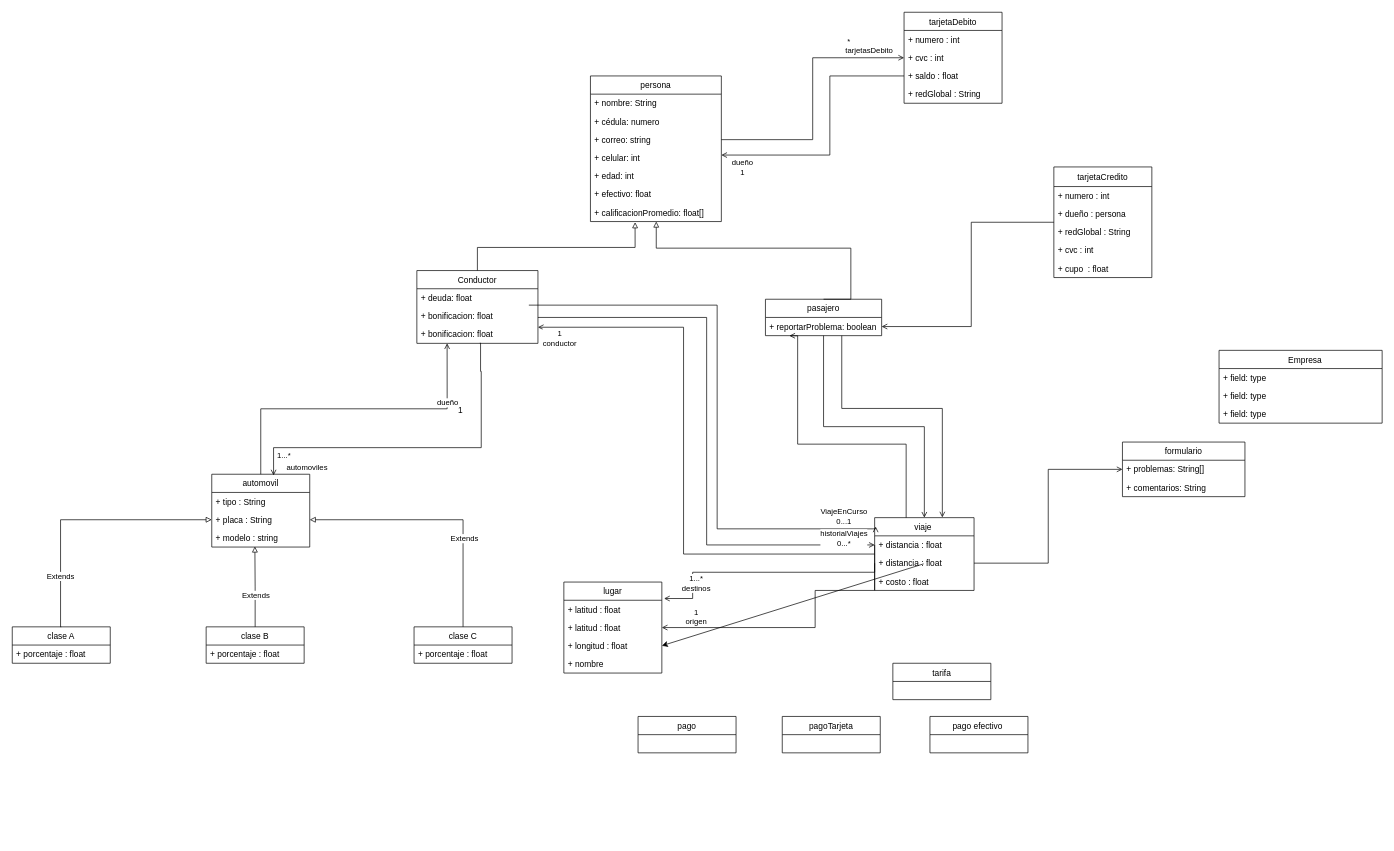
DPOO2022-1-SEC04-G08/Taller2 keeps this draw.io diagram as Untitled Diagram.drawio. Above is the earlier version. Source tidied: cells renumbered, new cells numbered last; positions are measured from the earlier drawing's top-left corner, leaving out a move shared by most shapes. Both pictures are drawn from the tidied source at 70%, with x=0, y=0 at pixel (12, 12).
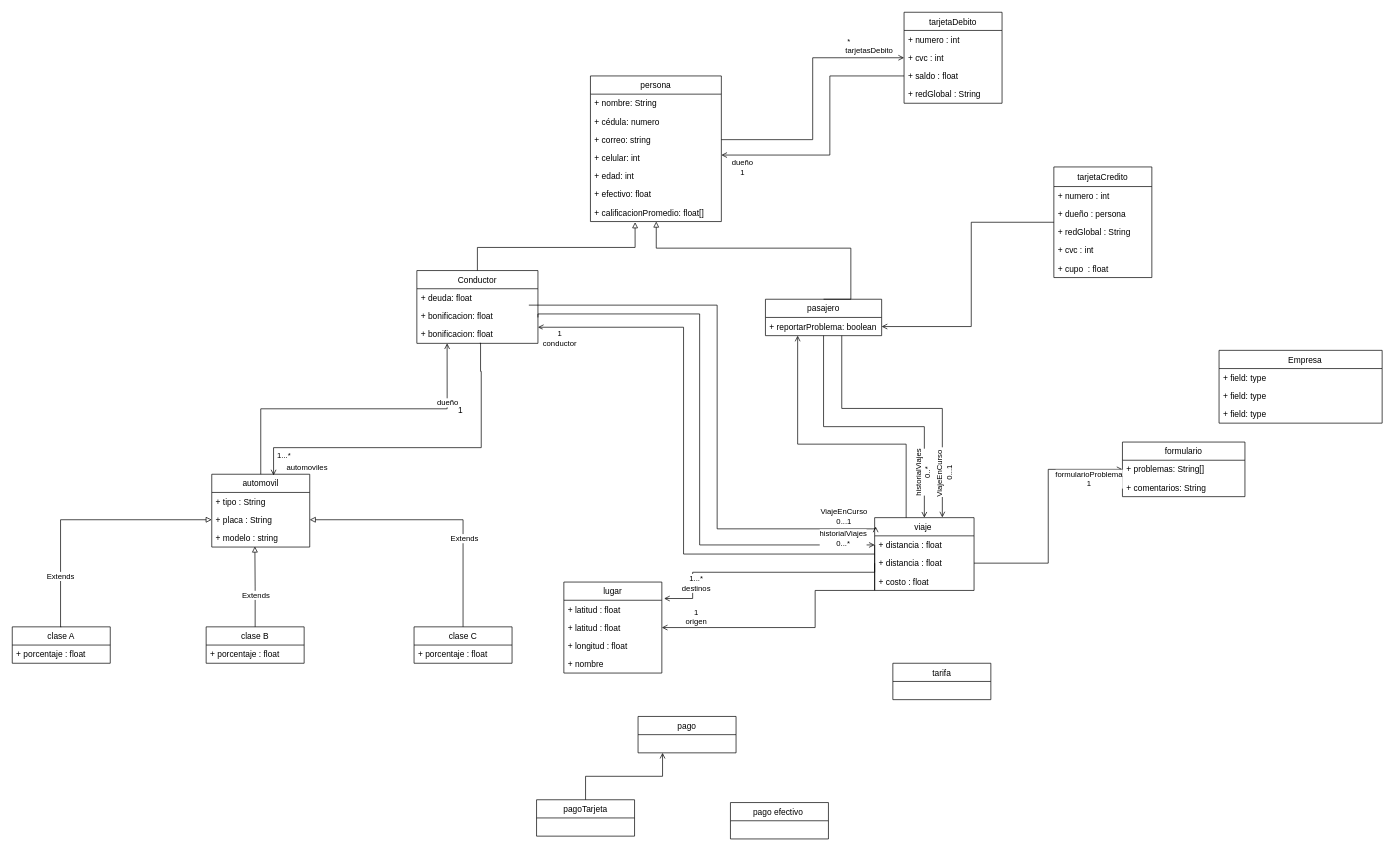
Above is the later version.

Unchanged cells that the change refers to:
```xml
<mxCell id="5" value="viaje " style="swimlane;fontStyle=0;horizontal=1;startSize=26;fillColor=none;" parent="1" vertex="1">
  <mxGeometry x="1232" y="722" width="142" height="104" as="geometry" />
</mxCell>
<mxCell id="6" value="+ distancia : float" style="text;strokeColor=none;fillColor=none;align=left;verticalAlign=top;spacingLeft=4;spacingRight=4;overflow=hidden;points=[[0,0.5],[1,0.5]];portConstraint=eastwest;" parent="5" vertex="1">
  <mxGeometry y="26" width="142" height="26" as="geometry" />
</mxCell>
<mxCell id="18" style="edgeStyle=orthogonalEdgeStyle;rounded=0;jettySize=auto;html=1;exitX=0.5;exitY=1;exitDx=0;exitDy=0;endArrow=open;endFill=0;" parent="1" edge="1" source="20" target="5">
  <mxGeometry relative="1" as="geometry" />
</mxCell>
<mxCell id="19" style="edgeStyle=orthogonalEdgeStyle;rounded=0;jettySize=auto;html=1;entryX=0.681;entryY=-0.003;entryDx=0;entryDy=0;entryPerimeter=0;endArrow=open;endFill=0;" parent="1" edge="1" source="20" target="5">
  <mxGeometry relative="1" as="geometry">
    <Array as="points">
      <mxPoint x="1185" y="566" />
      <mxPoint x="1329" y="566" />
    </Array>
  </mxGeometry>
</mxCell>
<mxCell id="21" value="+ reportarProblema: boolean&#10;" style="text;strokeColor=none;fillColor=none;align=left;verticalAlign=top;spacingLeft=4;spacingRight=4;overflow=hidden;points=[[0,0.5],[1,0.5]];portConstraint=eastwest;" parent="20" vertex="1">
  <mxGeometry y="26" width="166" height="26" as="geometry" />
</mxCell>
<mxCell id="42" value="+ longitud : float" style="text;strokeColor=none;fillColor=none;align=left;verticalAlign=top;spacingLeft=4;spacingRight=4;overflow=hidden;points=[[0,0.5],[1,0.5]];portConstraint=eastwest;" parent="39" vertex="1">
  <mxGeometry y="78" width="140" height="26" as="geometry" />
</mxCell>
<mxCell id="44" value="pago" style="swimlane;fontStyle=0;horizontal=1;startSize=26;fillColor=none;" parent="1" vertex="1">
  <mxGeometry x="894" y="1006" width="140" height="52" as="geometry" />
</mxCell>
<mxCell id="91" style="edgeStyle=orthogonalEdgeStyle;rounded=0;jettySize=auto;html=1;exitX=1;exitY=0.5;exitDx=0;exitDy=0;endArrow=open;endFill=0;" parent="1" edge="1" source="7" target="88">
  <mxGeometry relative="1" as="geometry" />
</mxCell>
```

What changed in the source:
```diff
@@
-    <mxCell id="4" style="edgeStyle=orthogonalEdgeStyle;rounded=0;jettySize=auto;html=1;entryX=0.206;entryY=1.007;entryDx=0;entryDy=0;entryPerimeter=0;endArrow=open;endFill=0;" parent="1" edge="1" source="5" target="21">
+    <mxCell id="4" style="edgeStyle=orthogonalEdgeStyle;rounded=0;jettySize=auto;html=1;endArrow=open;endFill=0;" parent="1" edge="1" source="5" target="21">
       <mxGeometry relative="1" as="geometry">
         <Array as="points">
           <mxPoint x="1277" y="617" />
           <mxPoint x="1122" y="617" />
-          <mxPoint x="1122" y="462" />
         </Array>
       </mxGeometry>
     </mxCell>
@@
+    <mxCell id="94" value="historialViajes&lt;br&gt;0..*" style="edgeLabel;html=1;align=center;verticalAlign=middle;rotation=-90;" parent="18" vertex="1">
+      <mxGeometry x="0.76" y="3" relative="1" as="geometry">
+        <mxPoint x="-6" y="-15" as="offset" />
+      </mxGeometry>
+    </mxCell>
@@
+    <mxCell id="95" value="ViajeEnCurso&amp;nbsp;&lt;br&gt;0...1&lt;br&gt;" style="edgeLabel;html=1;align=center;verticalAlign=middle;rotation=-90;" parent="19" vertex="1">
+      <mxGeometry x="0.72" y="1" relative="1" as="geometry">
+        <mxPoint x="2" y="-7" as="offset" />
+      </mxGeometry>
+    </mxCell>
@@
-    <mxCell id="82" style="endArrow=classic;html=1;rounded=0;entryX=1;entryY=0.5;entryDx=0;entryDy=0;" parent="1" edge="1" target="42">
-      <mxGeometry relative="1" as="geometry">
-        <mxPoint x="1302" y="788" as="sourcePoint" />
-      </mxGeometry>
-    </mxCell>
@@
+    <mxCell id="96" style="edgeStyle=orthogonalEdgeStyle;rounded=0;jettySize=auto;html=1;exitX=0.5;exitY=0;exitDx=0;exitDy=0;entryX=0.25;entryY=1;entryDx=0;entryDy=0;endArrow=open;endFill=0;" parent="1" edge="1" source="86" target="44">
+      <mxGeometry relative="1" as="geometry" />
+    </mxCell>
     <mxCell id="86" value="pagoTarjeta" style="swimlane;fontStyle=0;horizontal=1;startSize=26;fillColor=none;" parent="1" vertex="1">
-      <mxGeometry x="1100" y="1006" width="140" height="52" as="geometry" />
+      <mxGeometry x="749" y="1125" width="140" height="52" as="geometry" />
     </mxCell>
@@
     <mxCell id="90" value="pago efectivo " style="swimlane;fontStyle=0;horizontal=1;startSize=26;fillColor=none;" parent="1" vertex="1">
-      <mxGeometry x="1311" y="1006" width="140" height="52" as="geometry" />
+      <mxGeometry x="1026" y="1129" width="140" height="52" as="geometry" />
     </mxCell>
@@
+    <mxCell id="97" value="formularioProblema&lt;br&gt;1&lt;br&gt;" style="edgeLabel;html=1;align=center;verticalAlign=middle;" parent="91" vertex="1">
+      <mxGeometry x="0.78" y="2" relative="1" as="geometry">
+        <mxPoint x="-11" y="15" as="offset" />
+      </mxGeometry>
+    </mxCell>
     <mxCell id="92" style="edgeStyle=orthogonalEdgeStyle;rounded=0;jettySize=auto;html=1;entryX=0;entryY=0.5;entryDx=0;entryDy=0;endArrow=open;endFill=0;" parent="1" edge="1" target="6">
       <mxGeometry relative="1" as="geometry">
         <mxPoint x="751" y="436" as="sourcePoint" />
         <Array as="points">
-          <mxPoint x="751" y="436" />
-          <mxPoint x="992" y="436" />
-          <mxPoint x="992" y="761" />
+          <mxPoint x="751" y="431" />
+          <mxPoint x="982" y="431" />
+          <mxPoint x="982" y="761" />
         </Array>
       </mxGeometry>
     </mxCell>
```
